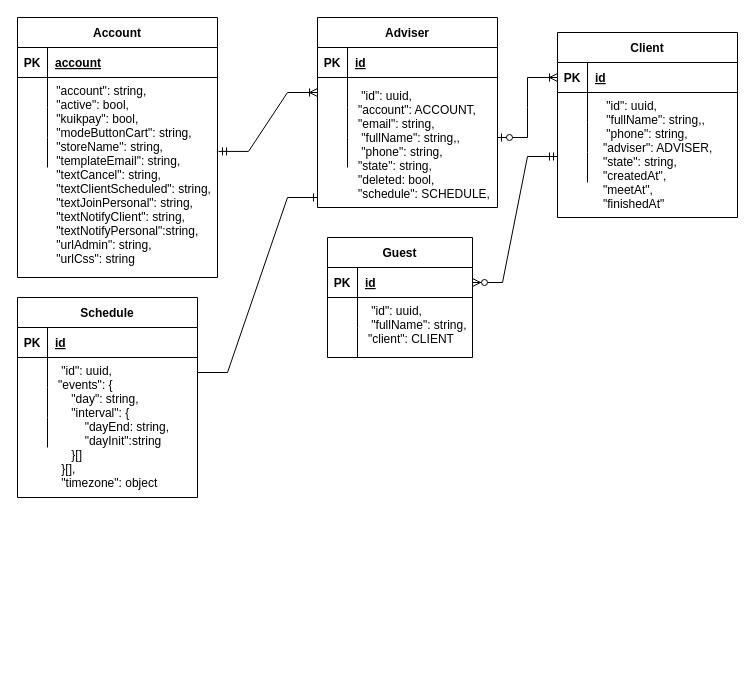
The draw.io diagram page "Entity" (2 of 3) of proyectoOrm/Untitled Diagram.drawio in i3mDevep/NodeJS_Group06, before the edit. Source tidied: cells renumbered, new cells numbered last; positions are measured from the earlier drawing's top-left corner, leaving out a move shared by most shapes. Both pictures are drawn from the tidied source at 100%, with x=0, y=0 at pixel (17, 17).
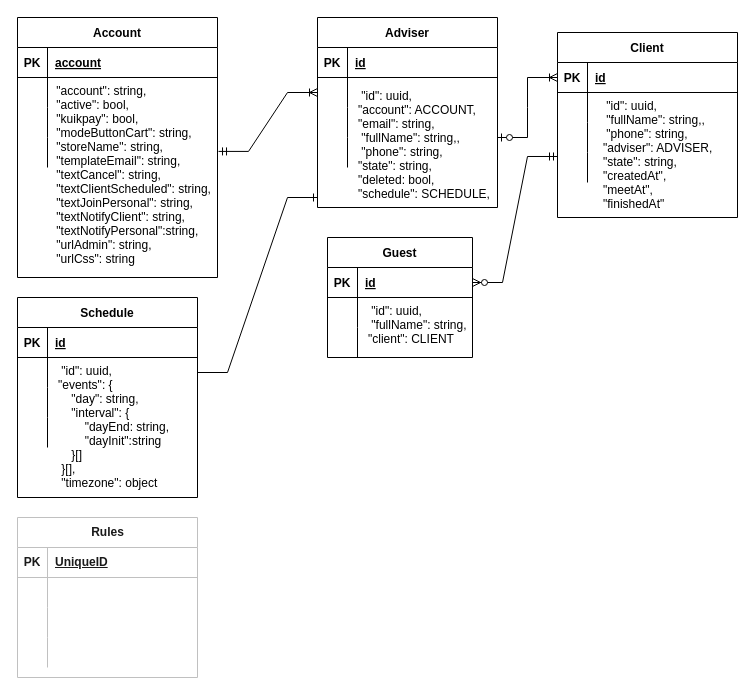
The same diagram, later.

The edit, as a diff of the source:
```diff
@@
+    <mxCell id="73" value="Rules" style="shape=table;startSize=30;childLayout=tableLayout;rowLines=0;fontStyle=1;align=center;rounded=0;labelBackgroundColor=default;fontFamily=Helvetica;fontSize=12;fontColor=#1A1A1A;strokeColor=#c0c0c0;fillColor=none;gradientColor=none;html=1;" parent="1" vertex="1">
+      <mxGeometry y="500" width="180" height="160" as="geometry" />
+    </mxCell>
+    <mxCell id="74" style="shape=tableRow;horizontal=0;startSize=0;swimlaneHead=0;swimlaneBody=0;fillColor=none;top=0;left=0;right=0;bottom=1;rounded=0;labelBackgroundColor=default;fontFamily=Helvetica;fontSize=12;fontColor=#1A1A1A;strokeColor=#c0c0c0;html=1;" parent="73" vertex="1">
+      <mxGeometry y="30" width="180" height="30" as="geometry" />
+    </mxCell>
+    <mxCell id="75" value="PK" style="shape=partialRectangle;fillColor=none;top=0;left=0;bottom=0;right=0;fontStyle=1;overflow=hidden;rounded=0;labelBackgroundColor=default;fontFamily=Helvetica;fontSize=12;fontColor=#1A1A1A;strokeColor=#c0c0c0;html=1;" parent="74" vertex="1">
+      <mxGeometry width="30" height="30" as="geometry" />
+    </mxCell>
+    <mxCell id="76" value="UniqueID" style="shape=partialRectangle;fillColor=none;top=0;left=0;bottom=0;right=0;align=left;spacingLeft=6;fontStyle=5;overflow=hidden;rounded=0;labelBackgroundColor=default;fontFamily=Helvetica;fontSize=12;fontColor=#1A1A1A;strokeColor=#c0c0c0;html=1;" parent="74" vertex="1">
+      <mxGeometry x="30" width="150" height="30" as="geometry" />
+    </mxCell>
+    <mxCell id="77" style="shape=tableRow;horizontal=0;startSize=0;swimlaneHead=0;swimlaneBody=0;fillColor=none;top=0;left=0;right=0;bottom=0;rounded=0;labelBackgroundColor=default;fontFamily=Helvetica;fontSize=12;fontColor=#1A1A1A;strokeColor=#c0c0c0;html=1;" parent="73" vertex="1">
+      <mxGeometry y="60" width="180" height="30" as="geometry" />
+    </mxCell>
+    <mxCell id="78" style="shape=partialRectangle;fillColor=none;top=0;left=0;bottom=0;right=0;overflow=hidden;rounded=0;labelBackgroundColor=default;fontFamily=Helvetica;fontSize=12;fontColor=#1A1A1A;strokeColor=#c0c0c0;html=1;" parent="77" vertex="1">
+      <mxGeometry width="30" height="30" as="geometry" />
+    </mxCell>
+    <mxCell id="79" style="shape=partialRectangle;fillColor=none;top=0;left=0;bottom=0;right=0;align=left;spacingLeft=6;overflow=hidden;rounded=0;labelBackgroundColor=default;fontFamily=Helvetica;fontSize=12;fontColor=#1A1A1A;strokeColor=#c0c0c0;html=1;" parent="77" vertex="1">
+      <mxGeometry x="30" width="150" height="30" as="geometry" />
+    </mxCell>
+    <mxCell id="80" style="shape=tableRow;horizontal=0;startSize=0;swimlaneHead=0;swimlaneBody=0;fillColor=none;top=0;left=0;right=0;bottom=0;rounded=0;labelBackgroundColor=default;fontFamily=Helvetica;fontSize=12;fontColor=#1A1A1A;strokeColor=#c0c0c0;html=1;" parent="73" vertex="1">
+      <mxGeometry y="90" width="180" height="30" as="geometry" />
+    </mxCell>
+    <mxCell id="81" style="shape=partialRectangle;fillColor=none;top=0;left=0;bottom=0;right=0;overflow=hidden;rounded=0;labelBackgroundColor=default;fontFamily=Helvetica;fontSize=12;fontColor=#1A1A1A;strokeColor=#c0c0c0;html=1;" parent="80" vertex="1">
+      <mxGeometry width="30" height="30" as="geometry" />
+    </mxCell>
+    <mxCell id="82" style="shape=partialRectangle;fillColor=none;top=0;left=0;bottom=0;right=0;align=left;spacingLeft=6;overflow=hidden;rounded=0;labelBackgroundColor=default;fontFamily=Helvetica;fontSize=12;fontColor=#1A1A1A;strokeColor=#c0c0c0;html=1;" parent="80" vertex="1">
+      <mxGeometry x="30" width="150" height="30" as="geometry" />
+    </mxCell>
+    <mxCell id="83" style="shape=tableRow;horizontal=0;startSize=0;swimlaneHead=0;swimlaneBody=0;fillColor=none;top=0;left=0;right=0;bottom=0;rounded=0;labelBackgroundColor=default;fontFamily=Helvetica;fontSize=12;fontColor=#1A1A1A;strokeColor=#c0c0c0;html=1;" parent="73" vertex="1">
+      <mxGeometry y="120" width="180" height="30" as="geometry" />
+    </mxCell>
+    <mxCell id="84" style="shape=partialRectangle;fillColor=none;top=0;left=0;bottom=0;right=0;overflow=hidden;rounded=0;labelBackgroundColor=default;fontFamily=Helvetica;fontSize=12;fontColor=#1A1A1A;strokeColor=#c0c0c0;html=1;" parent="83" vertex="1">
+      <mxGeometry width="30" height="30" as="geometry" />
+    </mxCell>
+    <mxCell id="85" style="shape=partialRectangle;fillColor=none;top=0;left=0;bottom=0;right=0;align=left;spacingLeft=6;overflow=hidden;rounded=0;labelBackgroundColor=default;fontFamily=Helvetica;fontSize=12;fontColor=#1A1A1A;strokeColor=#c0c0c0;html=1;" parent="83" vertex="1">
+      <mxGeometry x="30" width="150" height="30" as="geometry" />
+    </mxCell>
```
